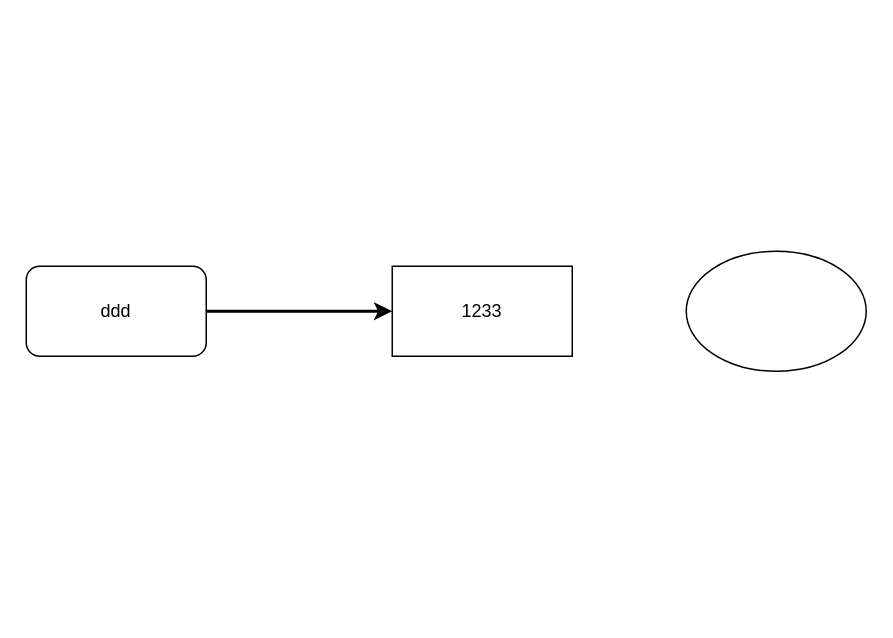
The draw.io diagram 未命名绘图.drawio in wushanru/design, before the edit. Source tidied: cells renumbered, new cells numbered last; positions are measured from the earlier drawing's top-left corner, leaving out a move shared by most shapes. Both pictures are drawn from the tidied source at 150%, with x=0, y=0 at pixel (26, 250).
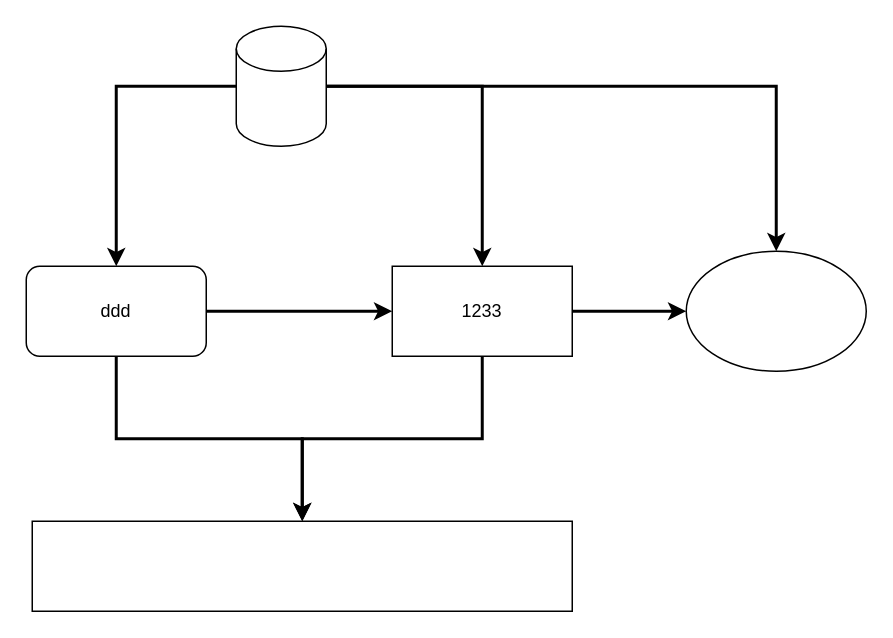
After the change.

Commit message (it also covers changes not shown here):
更新未命名绘图.drawio

Diff of the diagram source:
```diff
@@
 <mxGraphModel>
   <root>
     <mxCell id="0" />
     <mxCell id="1" parent="0" />
     <mxCell id="2" style="edgeStyle=orthogonalEdgeStyle;rounded=0;jettySize=auto;html=1;strokeWidth=2;" parent="1" edge="1" source="3" target="4">
       <mxGeometry relative="1" as="geometry" />
     </mxCell>
+    <mxCell id="6" style="edgeStyle=orthogonalEdgeStyle;rounded=0;jettySize=auto;html=1;strokeWidth=2;" parent="1" edge="1" source="3" target="9">
+      <mxGeometry relative="1" as="geometry" />
+    </mxCell>
     <mxCell id="3" value="ddd" style="rounded=1;whiteSpace=wrap;html=1;" parent="1" vertex="1">
       <mxGeometry y="10" width="120" height="60" as="geometry" />
     </mxCell>
+    <mxCell id="7" style="edgeStyle=orthogonalEdgeStyle;rounded=0;jettySize=auto;html=1;exitX=1;exitY=0.5;exitDx=0;exitDy=0;strokeWidth=2;" parent="1" edge="1" source="4" target="5">
+      <mxGeometry relative="1" as="geometry" />
+    </mxCell>
+    <mxCell id="8" style="edgeStyle=orthogonalEdgeStyle;rounded=0;jettySize=auto;html=1;entryX=0.5;entryY=0;entryDx=0;entryDy=0;strokeWidth=2;" parent="1" edge="1" source="4" target="9">
+      <mxGeometry relative="1" as="geometry" />
+    </mxCell>
     <mxCell id="4" value="1233" style="rounded=0;whiteSpace=wrap;html=1;" parent="1" vertex="1">
       <mxGeometry x="244" y="10" width="120" height="60" as="geometry" />
     </mxCell>
     <mxCell id="5" style="ellipse;whiteSpace=wrap;html=1;" parent="1" vertex="1">
       <mxGeometry x="440" width="120" height="80" as="geometry" />
     </mxCell>
+    <mxCell id="9" style="rounded=0;whiteSpace=wrap;html=1;" parent="1" vertex="1">
+      <mxGeometry x="4" y="180" width="360" height="60" as="geometry" />
+    </mxCell>
+    <mxCell id="10" style="edgeStyle=orthogonalEdgeStyle;rounded=0;jettySize=auto;html=1;strokeWidth=2;" parent="1" edge="1" source="13" target="3">
+      <mxGeometry relative="1" as="geometry" />
+    </mxCell>
+    <mxCell id="11" style="edgeStyle=orthogonalEdgeStyle;rounded=0;jettySize=auto;html=1;strokeWidth=2;" parent="1" edge="1" source="13" target="4">
+      <mxGeometry relative="1" as="geometry" />
+    </mxCell>
+    <mxCell id="12" style="edgeStyle=orthogonalEdgeStyle;rounded=0;jettySize=auto;html=1;strokeWidth=2;" parent="1" edge="1" source="13" target="5">
+      <mxGeometry relative="1" as="geometry" />
+    </mxCell>
+    <mxCell id="13" style="shape=cylinder3;whiteSpace=wrap;html=1;boundedLbl=1;backgroundOutline=1;size=15;" parent="1" vertex="1">
+      <mxGeometry x="140" y="-150" width="60" height="80" as="geometry" />
+    </mxCell>
   </root>
 </mxGraphModel>
```
